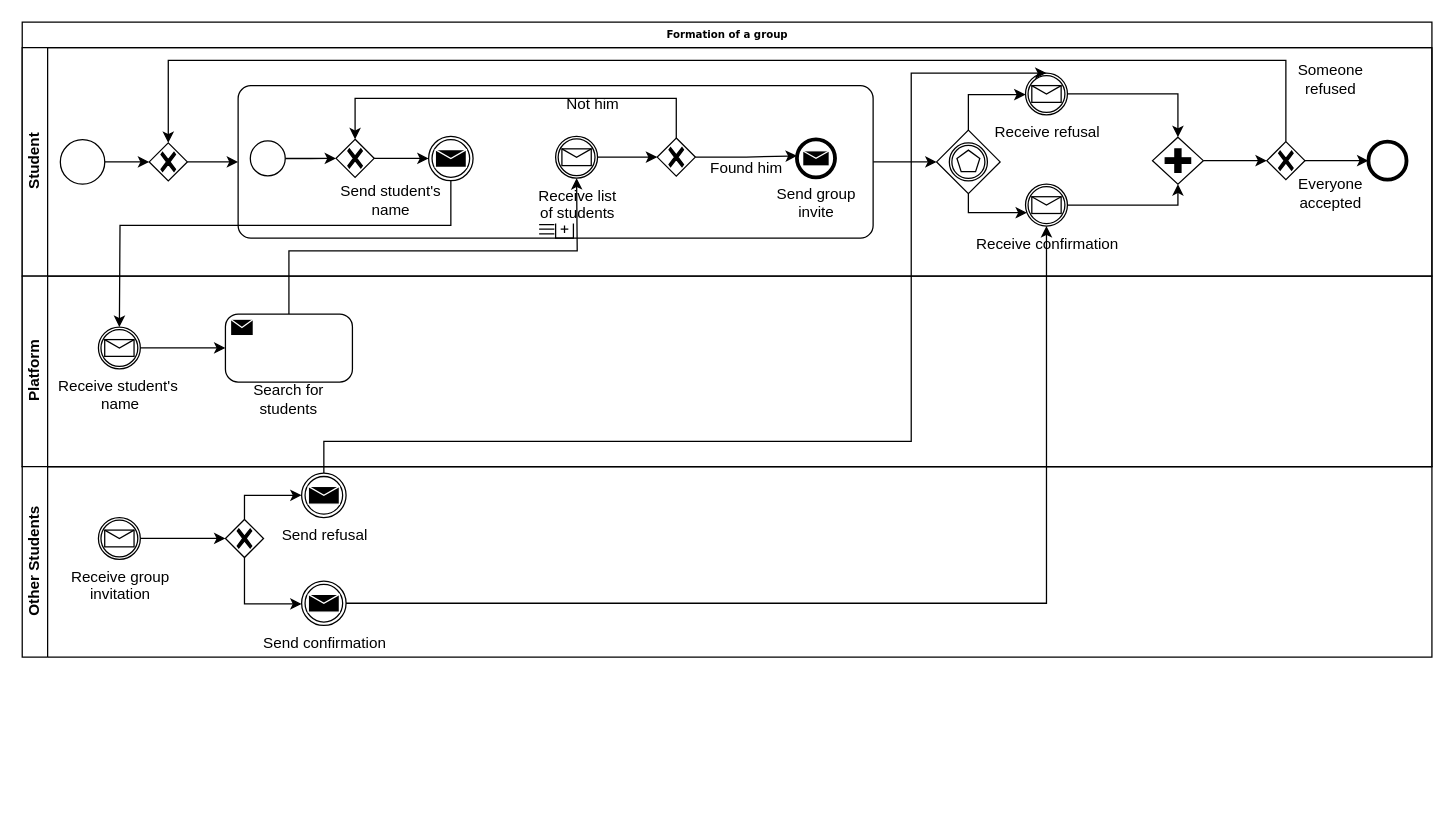
Above: RASDwip/ExtraFiles/Drawio/BPMN7.drawio in francescospangaro/SpangaroTosettiRiccardi (draw.io), before the change. Source tidied: cells renumbered, new cells numbered last; positions are measured from the earlier drawing's top-left corner, leaving out a move shared by most shapes. Both pictures are drawn from the tidied source at 127%, with x=0, y=0 at pixel (22, 22).
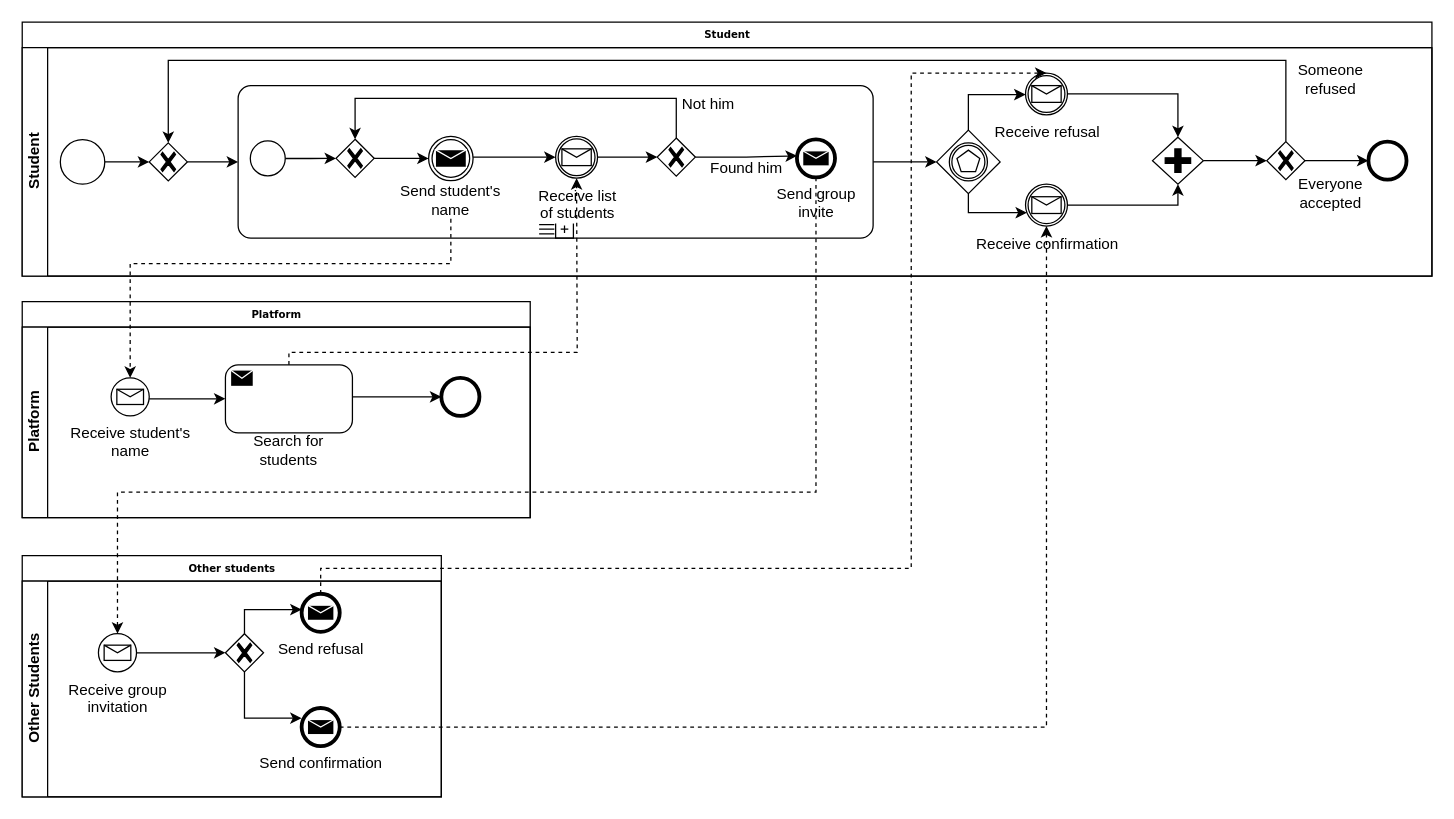
Above is the later version.

Unchanged cells that the change refers to:
```xml
<mxCell id="7" style="points=[[0.25,0,0],[0.5,0,0],[0.75,0,0],[1,0.25,0],[1,0.5,0],[1,0.75,0],[0.75,1,0],[0.5,1,0],[0.25,1,0],[0,0.75,0],[0,0.5,0],[0,0.25,0]];shape=mxgraph.bpmn.task;whiteSpace=wrap;rectStyle=rounded;size=10;html=1;taskMarker=abstract;isLoopSub=1;isLoopMultiSeq=1;" parent="3" vertex="1">
  <mxGeometry x="170" y="30" width="500" height="120" as="geometry" />
</mxCell>
<mxCell id="10" style="points=[[0.145,0.145,0],[0.5,0,0],[0.855,0.145,0],[1,0.5,0],[0.855,0.855,0],[0.5,1,0],[0.145,0.855,0],[0,0.5,0]];shape=mxgraph.bpmn.event;html=1;verticalLabelPosition=bottom;labelBackgroundColor=#ffffff;verticalAlign=top;align=center;perimeter=ellipsePerimeter;outlineConnect=0;outline=throwing;symbol=message;" parent="7" vertex="1">
  <mxGeometry x="150" y="39.8" width="35" height="35" as="geometry" />
</mxCell>
<mxCell id="13" value="&lt;div&gt;Receive list&lt;/div&gt;&lt;div&gt;of students&lt;br&gt;&lt;/div&gt;" style="points=[[0.145,0.145,0],[0.5,0,0],[0.855,0.145,0],[1,0.5,0],[0.855,0.855,0],[0.5,1,0],[0.145,0.855,0],[0,0.5,0]];shape=mxgraph.bpmn.event;html=1;verticalLabelPosition=bottom;labelBackgroundColor=#ffffff;verticalAlign=top;align=center;perimeter=ellipsePerimeter;outlineConnect=0;outline=catching;symbol=message;" parent="7" vertex="1">
  <mxGeometry x="250" y="39.8" width="33" height="33" as="geometry" />
</mxCell>
<mxCell id="20" value="&lt;div&gt;Send group&lt;/div&gt;&lt;div&gt;invite&lt;br&gt;&lt;/div&gt;" style="points=[[0.145,0.145,0],[0.5,0,0],[0.855,0.145,0],[1,0.5,0],[0.855,0.855,0],[0.5,1,0],[0.145,0.855,0],[0,0.5,0]];shape=mxgraph.bpmn.event;html=1;verticalLabelPosition=bottom;labelBackgroundColor=#ffffff;verticalAlign=top;align=center;perimeter=ellipsePerimeter;outlineConnect=0;outline=end;symbol=message;" parent="7" vertex="1">
  <mxGeometry x="440" y="42.2" width="30" height="30" as="geometry" />
</mxCell>
<mxCell id="26" value="&lt;div&gt;Receive refusal&lt;br&gt;&lt;/div&gt;" style="points=[[0.145,0.145,0],[0.5,0,0],[0.855,0.145,0],[1,0.5,0],[0.855,0.855,0],[0.5,1,0],[0.145,0.855,0],[0,0.5,0]];shape=mxgraph.bpmn.event;html=1;verticalLabelPosition=bottom;labelBackgroundColor=#ffffff;verticalAlign=top;align=center;perimeter=ellipsePerimeter;outlineConnect=0;outline=catching;symbol=message;" parent="3" vertex="1">
  <mxGeometry x="790" y="20" width="33" height="33" as="geometry" />
</mxCell>
<mxCell id="28" value="&lt;div&gt;Receive confirmation&lt;br&gt;&lt;/div&gt;" style="points=[[0.145,0.145,0],[0.5,0,0],[0.855,0.145,0],[1,0.5,0],[0.855,0.855,0],[0.5,1,0],[0.145,0.855,0],[0,0.5,0]];shape=mxgraph.bpmn.event;html=1;verticalLabelPosition=bottom;labelBackgroundColor=#ffffff;verticalAlign=top;align=center;perimeter=ellipsePerimeter;outlineConnect=0;outline=catching;symbol=message;" parent="3" vertex="1">
  <mxGeometry x="790" y="107.5" width="33" height="33" as="geometry" />
</mxCell>
```

Diff of the diagram source:
```diff
@@
-    <mxCell id="2" value="Formation of a group" style="swimlane;html=1;horizontal=1;startSize=20;rounded=0;shadow=0;labelBackgroundColor=none;strokeWidth=1;fontFamily=Verdana;fontSize=8;align=center;" parent="1" vertex="1">
-      <mxGeometry width="1110" height="350" as="geometry" />
+    <mxCell id="2" value="Student" style="swimlane;html=1;horizontal=1;startSize=20;rounded=0;shadow=0;labelBackgroundColor=none;strokeWidth=1;fontFamily=Verdana;fontSize=8;align=center;" parent="1" vertex="1">
+      <mxGeometry width="1110" height="200" as="geometry" />
     </mxCell>
@@
+    <mxCell id="56" style="edgeStyle=orthogonalEdgeStyle;rounded=0;jettySize=auto;html=1;entryX=0;entryY=0.5;entryDx=0;entryDy=0;entryPerimeter=0;" parent="7" edge="1" source="10" target="13">
+      <mxGeometry relative="1" as="geometry">
+        <Array as="points">
+          <mxPoint x="218" y="56" />
+        </Array>
+      </mxGeometry>
+    </mxCell>
@@
     <mxCell id="11" value="Send student's name" style="text;html=1;strokeColor=none;fillColor=none;align=center;verticalAlign=middle;whiteSpace=wrap;rounded=0;" parent="7" vertex="1">
-      <mxGeometry x="70" y="74.8" width="100.8" height="30" as="geometry" />
+      <mxGeometry x="117.1" y="74.8" width="100.8" height="30" as="geometry" />
     </mxCell>
@@
     <mxCell id="21" value="Not him" style="text;html=1;strokeColor=none;fillColor=none;align=center;verticalAlign=middle;whiteSpace=wrap;rounded=0;" parent="7" vertex="1">
-      <mxGeometry x="229.2" width="100.8" height="30" as="geometry" />
+      <mxGeometry x="320" width="100.8" height="30" as="geometry" />
     </mxCell>
@@
+    <mxCell id="57" value="Platform" style="swimlane;html=1;horizontal=1;startSize=20;rounded=0;shadow=0;labelBackgroundColor=none;strokeWidth=1;fontFamily=Verdana;fontSize=8;align=center;" parent="1" vertex="1">
+      <mxGeometry y="220" width="400" height="170" as="geometry" />
+    </mxCell>
-    <mxCell id="39" value="Platform" style="swimlane;html=1;startSize=20;horizontal=0;" parent="2" vertex="1">
-      <mxGeometry y="200" width="1110" height="150" as="geometry" />
+    <mxCell id="39" value="Platform" style="swimlane;html=1;startSize=20;horizontal=0;" parent="57" vertex="1">
+      <mxGeometry y="20" width="400" height="150" as="geometry" />
     </mxCell>
-    <mxCell id="40" style="edgeStyle=orthogonalEdgeStyle;rounded=0;jettySize=auto;html=1;entryX=0;entryY=0.5;entryDx=0;entryDy=0;" parent="39" edge="1" source="41">
-      <mxGeometry relative="1" as="geometry">
-        <mxPoint x="160" y="56.5" as="targetPoint" />
-      </mxGeometry>
-    </mxCell>
+    <mxCell id="58" style="edgeStyle=orthogonalEdgeStyle;rounded=0;orthogonalLoop=1;jettySize=auto;html=1;entryX=0;entryY=0.5;entryDx=0;entryDy=0;" parent="39" edge="1">
+      <mxGeometry relative="1" as="geometry">
+        <mxPoint x="93" y="56.5" as="sourcePoint" />
+        <mxPoint x="160" y="56.5" as="targetPoint" />
+      </mxGeometry>
+    </mxCell>
+    <mxCell id="42" value="Search for students" style="text;html=1;strokeColor=none;fillColor=none;align=center;verticalAlign=middle;whiteSpace=wrap;rounded=0;" parent="39" vertex="1">
+      <mxGeometry x="160" y="81.5" width="100" height="30" as="geometry" />
+    </mxCell>
+    <mxCell id="59" style="edgeStyle=orthogonalEdgeStyle;rounded=0;jettySize=auto;html=1;entryX=0;entryY=0.5;entryDx=0;entryDy=0;entryPerimeter=0;" parent="39" edge="1" source="43" target="60">
+      <mxGeometry relative="1" as="geometry">
+        <Array as="points">
+          <mxPoint x="280" y="55" />
+          <mxPoint x="280" y="55" />
+        </Array>
+      </mxGeometry>
+    </mxCell>
+    <mxCell id="43" style="points=[[0.25,0,0],[0.5,0,0],[0.75,0,0],[1,0.25,0],[1,0.5,0],[1,0.75,0],[0.75,1,0],[0.5,1,0],[0.25,1,0],[0,0.75,0],[0,0.5,0],[0,0.25,0]];shape=mxgraph.bpmn.task;whiteSpace=wrap;rectStyle=rounded;size=10;html=1;taskMarker=send;" parent="39" vertex="1">
+      <mxGeometry x="160" y="29.8" width="100" height="53.5" as="geometry" />
+    </mxCell>
+    <mxCell id="60" style="points=[[0.145,0.145,0],[0.5,0,0],[0.855,0.145,0],[1,0.5,0],[0.855,0.855,0],[0.5,1,0],[0.145,0.855,0],[0,0.5,0]];shape=mxgraph.bpmn.event;html=1;verticalLabelPosition=bottom;labelBackgroundColor=#ffffff;verticalAlign=top;align=center;perimeter=ellipsePerimeter;outlineConnect=0;outline=end;symbol=terminate2;" parent="39" vertex="1">
+      <mxGeometry x="330" y="40" width="30" height="30" as="geometry" />
+    </mxCell>
-    <mxCell id="41" value="&lt;div&gt;Receive student's&amp;nbsp;&lt;/div&gt;&lt;div&gt;name&lt;br&gt;&lt;/div&gt;" style="points=[[0.145,0.145,0],[0.5,0,0],[0.855,0.145,0],[1,0.5,0],[0.855,0.855,0],[0.5,1,0],[0.145,0.855,0],[0,0.5,0]];shape=mxgraph.bpmn.event;html=1;verticalLabelPosition=bottom;labelBackgroundColor=#ffffff;verticalAlign=top;align=center;perimeter=ellipsePerimeter;outlineConnect=0;outline=catching;symbol=message;" parent="39" vertex="1">
-      <mxGeometry x="60" y="40" width="33" height="33" as="geometry" />
+    <mxCell id="41" value="&lt;div&gt;Receive student's&lt;/div&gt;&lt;div&gt;name&lt;br&gt;&lt;/div&gt;" style="points=[[0.145,0.145,0],[0.5,0,0],[0.855,0.145,0],[1,0.5,0],[0.855,0.855,0],[0.5,1,0],[0.145,0.855,0],[0,0.5,0]];shape=mxgraph.bpmn.event;html=1;verticalLabelPosition=bottom;labelBackgroundColor=#ffffff;verticalAlign=top;align=center;perimeter=ellipsePerimeter;outlineConnect=0;outline=standard;symbol=message;" parent="39" vertex="1">
+      <mxGeometry x="70" y="40" width="30" height="30" as="geometry" />
     </mxCell>
-    <mxCell id="42" value="Search for students" style="text;html=1;strokeColor=none;fillColor=none;align=center;verticalAlign=middle;whiteSpace=wrap;rounded=0;" parent="39" vertex="1">
-      <mxGeometry x="160" y="81.5" width="100" height="30" as="geometry" />
-    </mxCell>
-    <mxCell id="43" style="points=[[0.25,0,0],[0.5,0,0],[0.75,0,0],[1,0.25,0],[1,0.5,0],[1,0.75,0],[0.75,1,0],[0.5,1,0],[0.25,1,0],[0,0.75,0],[0,0.5,0],[0,0.25,0]];shape=mxgraph.bpmn.task;whiteSpace=wrap;rectStyle=rounded;size=10;html=1;taskMarker=send;" parent="39" vertex="1">
-      <mxGeometry x="160" y="29.8" width="100" height="53.5" as="geometry" />
-    </mxCell>
-    <mxCell id="44" style="edgeStyle=orthogonalEdgeStyle;rounded=0;jettySize=auto;html=1;" parent="2" edge="1" source="10" target="41">
-      <mxGeometry relative="1" as="geometry">
-        <Array as="points">
-          <mxPoint x="338" y="160" />
-          <mxPoint x="77" y="160" />
-        </Array>
-      </mxGeometry>
-    </mxCell>
+    <mxCell id="61" value="Other students" style="swimlane;html=1;horizontal=1;startSize=20;rounded=0;shadow=0;labelBackgroundColor=none;strokeWidth=1;fontFamily=Verdana;fontSize=8;align=center;" parent="1" vertex="1">
+      <mxGeometry y="420" width="330" height="190" as="geometry" />
+    </mxCell>
+    <mxCell id="46" value="Other Students" style="swimlane;html=1;startSize=20;horizontal=0;" parent="61" vertex="1">
+      <mxGeometry y="20" width="330" height="170" as="geometry" />
+    </mxCell>
+    <mxCell id="62" style="edgeStyle=orthogonalEdgeStyle;rounded=0;jettySize=auto;html=1;entryX=0;entryY=0.5;entryDx=0;entryDy=0;exitX=1;exitY=0.5;exitDx=0;exitDy=0;exitPerimeter=0;" parent="46" edge="1" source="48">
+      <mxGeometry relative="1" as="geometry">
+        <mxPoint x="160" y="56.5" as="targetPoint" />
+      </mxGeometry>
+    </mxCell>
+    <mxCell id="63" style="edgeStyle=orthogonalEdgeStyle;rounded=0;jettySize=auto;html=1;" parent="46" edge="1" source="51">
+      <mxGeometry relative="1" as="geometry">
+        <mxPoint x="220" y="108" as="targetPoint" />
+        <Array as="points">
+          <mxPoint x="175" y="108" />
+        </Array>
+      </mxGeometry>
+    </mxCell>
+    <mxCell id="64" style="edgeStyle=orthogonalEdgeStyle;rounded=0;jettySize=auto;html=1;entryX=0;entryY=0.5;entryDx=0;entryDy=0;entryPerimeter=0;" parent="46" edge="1" source="51">
+      <mxGeometry relative="1" as="geometry">
+        <mxPoint x="220" y="22.5" as="targetPoint" />
+        <Array as="points">
+          <mxPoint x="175" y="22" />
+        </Array>
+      </mxGeometry>
+    </mxCell>
+    <mxCell id="51" style="points=[[0.25,0.25,0],[0.5,0,0],[0.75,0.25,0],[1,0.5,0],[0.75,0.75,0],[0.5,1,0],[0.25,0.75,0],[0,0.5,0]];shape=mxgraph.bpmn.gateway2;html=1;verticalLabelPosition=bottom;labelBackgroundColor=#ffffff;verticalAlign=top;align=center;perimeter=rhombusPerimeter;outlineConnect=0;outline=none;symbol=none;gwType=exclusive;" parent="46" vertex="1">
+      <mxGeometry x="160" y="41.5" width="30" height="30" as="geometry" />
+    </mxCell>
+    <mxCell id="48" value="&lt;div&gt;Receive group&lt;/div&gt;&lt;div&gt;invitation&lt;br&gt;&lt;/div&gt;" style="points=[[0.145,0.145,0],[0.5,0,0],[0.855,0.145,0],[1,0.5,0],[0.855,0.855,0],[0.5,1,0],[0.145,0.855,0],[0,0.5,0]];shape=mxgraph.bpmn.event;html=1;verticalLabelPosition=bottom;labelBackgroundColor=#ffffff;verticalAlign=top;align=center;perimeter=ellipsePerimeter;outlineConnect=0;outline=standard;symbol=message;" parent="46" vertex="1">
+      <mxGeometry x="60" y="41.5" width="30" height="30" as="geometry" />
+    </mxCell>
+    <mxCell id="53" value="Send refusal" style="points=[[0.145,0.145,0],[0.5,0,0],[0.855,0.145,0],[1,0.5,0],[0.855,0.855,0],[0.5,1,0],[0.145,0.855,0],[0,0.5,0]];shape=mxgraph.bpmn.event;html=1;verticalLabelPosition=bottom;labelBackgroundColor=#ffffff;verticalAlign=top;align=center;perimeter=ellipsePerimeter;outlineConnect=0;outline=end;symbol=message;" parent="46" vertex="1">
+      <mxGeometry x="220" y="10" width="30" height="30" as="geometry" />
+    </mxCell>
+    <mxCell id="52" value="Send confirmation" style="points=[[0.145,0.145,0],[0.5,0,0],[0.855,0.145,0],[1,0.5,0],[0.855,0.855,0],[0.5,1,0],[0.145,0.855,0],[0,0.5,0]];shape=mxgraph.bpmn.event;html=1;verticalLabelPosition=bottom;labelBackgroundColor=#ffffff;verticalAlign=top;align=center;perimeter=ellipsePerimeter;outlineConnect=0;outline=end;symbol=message;" parent="46" vertex="1">
+      <mxGeometry x="220" y="100" width="30" height="30" as="geometry" />
+    </mxCell>
+    <mxCell id="65" style="edgeStyle=orthogonalEdgeStyle;rounded=0;jettySize=auto;html=1;entryX=0.5;entryY=0;entryDx=0;entryDy=0;entryPerimeter=0;dashed=1;" parent="1" edge="1" source="11" target="41">
+      <mxGeometry relative="1" as="geometry">
+        <Array as="points">
+          <mxPoint x="338" y="190" />
+          <mxPoint x="85" y="190" />
+        </Array>
+      </mxGeometry>
+    </mxCell>
-    <mxCell id="45" style="edgeStyle=orthogonalEdgeStyle;rounded=0;jettySize=auto;html=1;" parent="2" edge="1" source="43" target="13">
+    <mxCell id="45" style="edgeStyle=orthogonalEdgeStyle;rounded=0;jettySize=auto;html=1;dashed=1;" parent="1" edge="1" source="43" target="13">
       <mxGeometry relative="1" as="geometry">
         <Array as="points">
-          <mxPoint x="210" y="180" />
-          <mxPoint x="437" y="180" />
+          <mxPoint x="210" y="260" />
+          <mxPoint x="437" y="260" />
         </Array>
       </mxGeometry>
     </mxCell>
-    <mxCell id="46" value="Other Students" style="swimlane;html=1;startSize=20;horizontal=0;" parent="1" vertex="1">
-      <mxGeometry y="350" width="1110" height="150" as="geometry" />
-    </mxCell>
-    <mxCell id="47" style="edgeStyle=orthogonalEdgeStyle;rounded=0;jettySize=auto;html=1;entryX=0;entryY=0.5;entryDx=0;entryDy=0;" parent="46" edge="1" source="48">
-      <mxGeometry relative="1" as="geometry">
-        <mxPoint x="160" y="56.5" as="targetPoint" />
-      </mxGeometry>
-    </mxCell>
-    <mxCell id="48" value="&lt;div&gt;Receive group&lt;/div&gt;&lt;div&gt;invitation&lt;br&gt;&lt;/div&gt;" style="points=[[0.145,0.145,0],[0.5,0,0],[0.855,0.145,0],[1,0.5,0],[0.855,0.855,0],[0.5,1,0],[0.145,0.855,0],[0,0.5,0]];shape=mxgraph.bpmn.event;html=1;verticalLabelPosition=bottom;labelBackgroundColor=#ffffff;verticalAlign=top;align=center;perimeter=ellipsePerimeter;outlineConnect=0;outline=catching;symbol=message;" parent="46" vertex="1">
-      <mxGeometry x="60" y="40" width="33" height="33" as="geometry" />
-    </mxCell>
-    <mxCell id="49" style="edgeStyle=orthogonalEdgeStyle;rounded=0;jettySize=auto;html=1;" parent="46" edge="1" source="51" target="52">
-      <mxGeometry relative="1" as="geometry">
-        <Array as="points">
-          <mxPoint x="175" y="108" />
-        </Array>
-      </mxGeometry>
-    </mxCell>
-    <mxCell id="50" style="edgeStyle=orthogonalEdgeStyle;rounded=0;jettySize=auto;html=1;entryX=0;entryY=0.5;entryDx=0;entryDy=0;entryPerimeter=0;" parent="46" edge="1" source="51" target="53">
-      <mxGeometry relative="1" as="geometry">
-        <Array as="points">
-          <mxPoint x="175" y="22" />
-        </Array>
-      </mxGeometry>
-    </mxCell>
-    <mxCell id="51" style="points=[[0.25,0.25,0],[0.5,0,0],[0.75,0.25,0],[1,0.5,0],[0.75,0.75,0],[0.5,1,0],[0.25,0.75,0],[0,0.5,0]];shape=mxgraph.bpmn.gateway2;html=1;verticalLabelPosition=bottom;labelBackgroundColor=#ffffff;verticalAlign=top;align=center;perimeter=rhombusPerimeter;outlineConnect=0;outline=none;symbol=none;gwType=exclusive;" parent="46" vertex="1">
-      <mxGeometry x="160" y="41.5" width="30" height="30" as="geometry" />
-    </mxCell>
-    <mxCell id="52" value="&lt;div&gt;Send confirmation&lt;/div&gt;" style="points=[[0.145,0.145,0],[0.5,0,0],[0.855,0.145,0],[1,0.5,0],[0.855,0.855,0],[0.5,1,0],[0.145,0.855,0],[0,0.5,0]];shape=mxgraph.bpmn.event;html=1;verticalLabelPosition=bottom;labelBackgroundColor=#ffffff;verticalAlign=top;align=center;perimeter=ellipsePerimeter;outlineConnect=0;outline=throwing;symbol=message;" parent="46" vertex="1">
-      <mxGeometry x="220" y="90" width="35" height="35" as="geometry" />
-    </mxCell>
-    <mxCell id="53" value="Send refusal" style="points=[[0.145,0.145,0],[0.5,0,0],[0.855,0.145,0],[1,0.5,0],[0.855,0.855,0],[0.5,1,0],[0.145,0.855,0],[0,0.5,0]];shape=mxgraph.bpmn.event;html=1;verticalLabelPosition=bottom;labelBackgroundColor=#ffffff;verticalAlign=top;align=center;perimeter=ellipsePerimeter;outlineConnect=0;outline=throwing;symbol=message;" parent="46" vertex="1">
-      <mxGeometry x="220" y="5" width="35" height="35" as="geometry" />
-    </mxCell>
+    <mxCell id="66" style="edgeStyle=orthogonalEdgeStyle;rounded=0;jettySize=auto;html=1;dashed=1;" parent="1" edge="1" source="20" target="48">
+      <mxGeometry relative="1" as="geometry">
+        <Array as="points">
+          <mxPoint x="625" y="370" />
+          <mxPoint x="75" y="370" />
+        </Array>
+      </mxGeometry>
+    </mxCell>
-    <mxCell id="54" style="edgeStyle=orthogonalEdgeStyle;rounded=0;jettySize=auto;html=1;" parent="1" edge="1" source="53" target="26">
+    <mxCell id="54" style="edgeStyle=orthogonalEdgeStyle;rounded=0;jettySize=auto;html=1;dashed=1;" parent="1" edge="1" source="53" target="26">
       <mxGeometry relative="1" as="geometry">
         <Array as="points">
-          <mxPoint x="238" y="330" />
-          <mxPoint x="700" y="330" />
+          <mxPoint x="235" y="430" />
+          <mxPoint x="700" y="430" />
           <mxPoint x="700" y="40" />
         </Array>
       </mxGeometry>
     </mxCell>
-    <mxCell id="55" style="edgeStyle=orthogonalEdgeStyle;rounded=0;jettySize=auto;html=1;" parent="1" edge="1" source="52" target="28">
+    <mxCell id="55" style="edgeStyle=orthogonalEdgeStyle;rounded=0;jettySize=auto;html=1;entryX=0.5;entryY=1;entryDx=0;entryDy=0;entryPerimeter=0;dashed=1;" parent="1" edge="1" source="52" target="28">
       <mxGeometry relative="1" as="geometry" />
     </mxCell>
```
